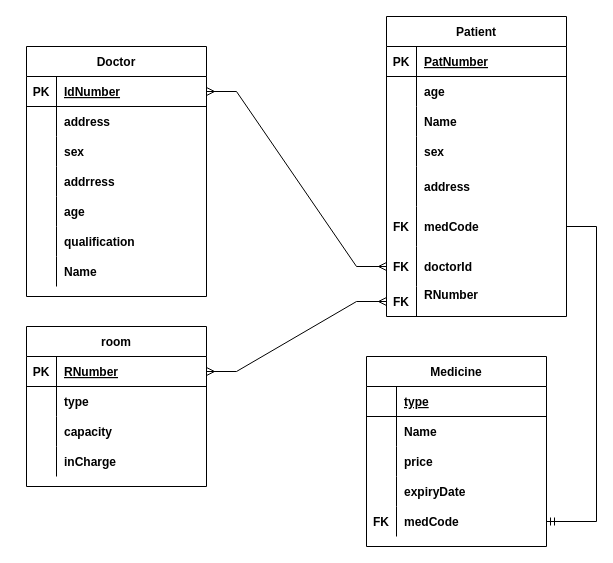
This is Hospital Diagram.drawio from NdungutseCharles103/Database, a draw.io file, before an edit. Source tidied: cells renumbered, new cells numbered last; positions are measured from the earlier drawing's top-left corner, leaving out a move shared by most shapes. Both pictures are drawn from the tidied source at 100%, with x=0, y=0 at pixel (26, 16).
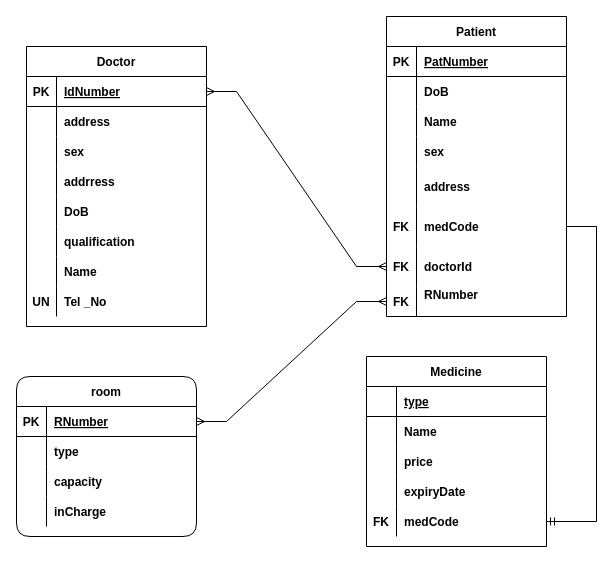
Above is the later version.

The change refers to these unchanged cells:
```xml
<mxCell id="15" style="shape=tableRow;horizontal=0;startSize=0;swimlaneHead=0;swimlaneBody=0;fillColor=none;top=0;left=0;right=0;bottom=0;" parent="2" vertex="1">
  <mxGeometry y="150" width="180" height="30" as="geometry" />
</mxCell>
<mxCell id="28" style="shape=tableRow;horizontal=0;startSize=0;swimlaneHead=0;swimlaneBody=0;fillColor=none;top=0;left=0;right=0;bottom=0;" parent="24" vertex="1">
  <mxGeometry y="60" width="180" height="30" as="geometry" />
</mxCell>
```

Diff of the diagram source:
```diff
@@
     <mxCell id="2" value="Doctor" style="shape=table;startSize=30;childLayout=tableLayout;rowLines=0;fontStyle=1;align=center;" parent="1" vertex="1">
-      <mxGeometry y="30" width="180" height="250" as="geometry" />
+      <mxGeometry y="30" width="180" height="280" as="geometry" />
     </mxCell>
@@
-    <mxCell id="17" value="age" style="shape=partialRectangle;fillColor=none;top=0;left=0;bottom=0;right=0;align=left;spacingLeft=6;overflow=hidden;fontStyle=1;" parent="15" vertex="1">
+    <mxCell id="17" value="DoB" style="shape=partialRectangle;fillColor=none;top=0;left=0;bottom=0;right=0;align=left;spacingLeft=6;overflow=hidden;fontStyle=1;" parent="15" vertex="1">
       <mxGeometry x="30" width="150" height="30" as="geometry" />
     </mxCell>
@@
+    <mxCell id="81" style="shape=tableRow;horizontal=0;startSize=0;swimlaneHead=0;swimlaneBody=0;fillColor=none;top=0;left=0;right=0;bottom=0;" parent="2" vertex="1">
+      <mxGeometry y="240" width="180" height="30" as="geometry" />
+    </mxCell>
+    <mxCell id="82" value="UN" style="shape=partialRectangle;fillColor=none;top=0;left=0;bottom=0;right=0;overflow=hidden;fontStyle=1;" parent="81" vertex="1">
+      <mxGeometry width="30" height="30" as="geometry" />
+    </mxCell>
+    <mxCell id="83" value="Tel _No" style="shape=partialRectangle;fillColor=none;top=0;left=0;bottom=0;right=0;align=left;spacingLeft=6;overflow=hidden;fontStyle=1;" parent="81" vertex="1">
+      <mxGeometry x="30" width="150" height="30" as="geometry" />
+    </mxCell>
@@
-    <mxCell id="30" value="age" style="shape=partialRectangle;fillColor=none;top=0;left=0;bottom=0;right=0;align=left;spacingLeft=6;overflow=hidden;fontStyle=1;" parent="28" vertex="1">
+    <mxCell id="30" value="DoB" style="shape=partialRectangle;fillColor=none;top=0;left=0;bottom=0;right=0;align=left;spacingLeft=6;overflow=hidden;fontStyle=1;" parent="28" vertex="1">
       <mxGeometry x="30" width="150" height="30" as="geometry" />
     </mxCell>
@@
-    <mxCell id="49" value="room" style="shape=table;startSize=30;childLayout=tableLayout;rowLines=0;fontStyle=1;align=center;" parent="1" vertex="1">
-      <mxGeometry y="310" width="180" height="160" as="geometry" />
+    <mxCell id="49" value="room" style="shape=table;startSize=30;childLayout=tableLayout;rowLines=0;fontStyle=1;align=center;rounded=1;" parent="1" vertex="1">
+      <mxGeometry x="-10" y="360" width="180" height="160" as="geometry" />
     </mxCell>
```
